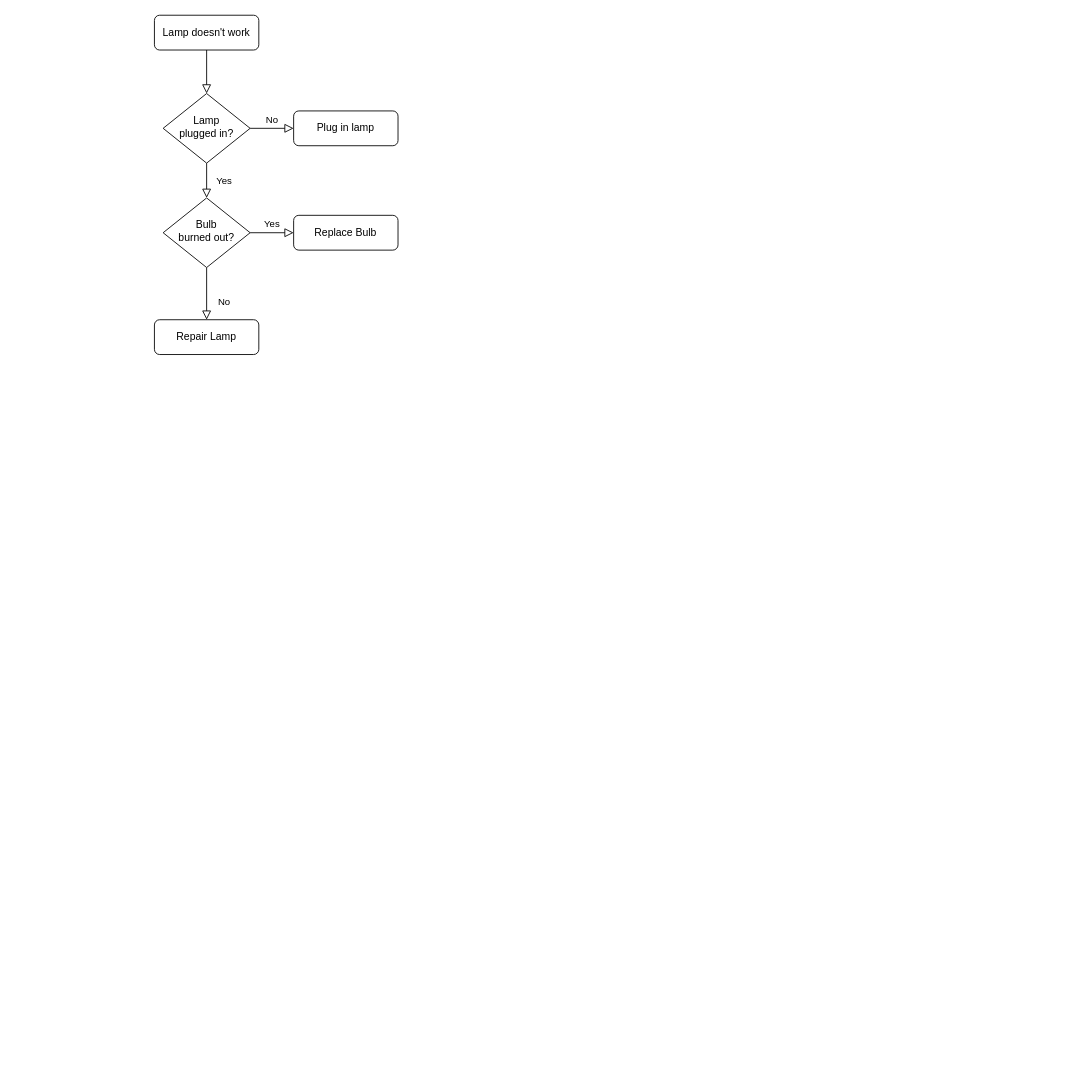
axl66696/examine-system-workflow keeps this draw.io diagram as 未命名绘图.drawio. Above is the earlier version. Source tidied: cells renumbered, new cells numbered last; positions are measured from the earlier drawing's top-left corner, leaving out a move shared by most shapes. Both pictures are drawn from the tidied source at 87%, with x=0, y=0 at pixel (154, 15).
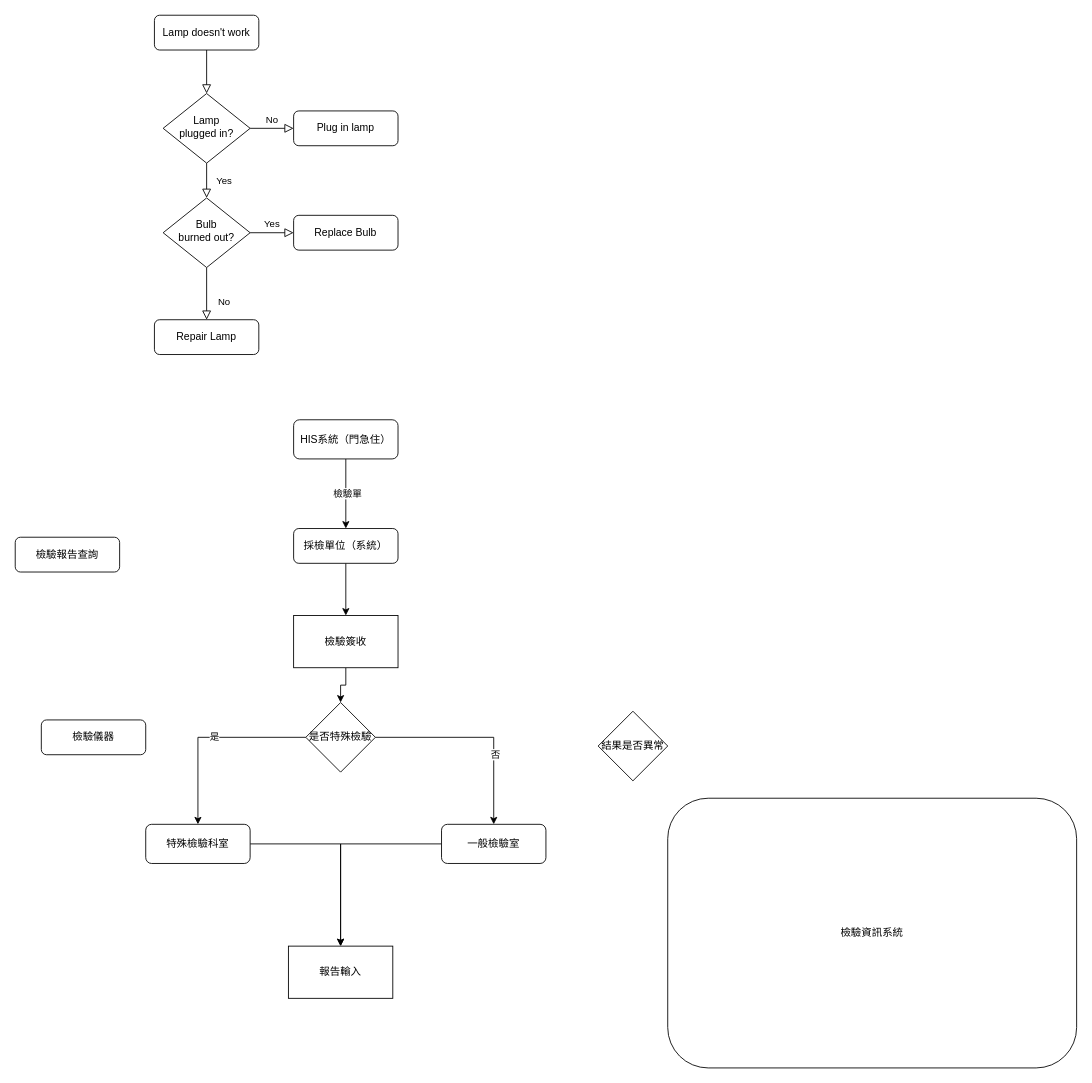
After the change.

What changed in the source:
```diff
@@
+    <mxCell id="13" style="edgeStyle=orthogonalEdgeStyle;rounded=0;jettySize=auto;html=1;entryX=0.5;entryY=0;entryDx=0;entryDy=0;" parent="1" edge="1" source="15" target="17">
+      <mxGeometry relative="1" as="geometry" />
+    </mxCell>
+    <mxCell id="14" value="檢驗單" style="edgeLabel;html=1;align=center;verticalAlign=middle;" parent="13" vertex="1">
+      <mxGeometry x="-0.03" y="1" relative="1" as="geometry" />
+    </mxCell>
+    <mxCell id="15" value="HIS系統（門急住）" style="rounded=1;whiteSpace=wrap;html=1;fontSize=12;glass=0;strokeWidth=1;shadow=0;" parent="1" vertex="1">
+      <mxGeometry x="160" y="465" width="120" height="45" as="geometry" />
+    </mxCell>
+    <mxCell id="16" style="edgeStyle=orthogonalEdgeStyle;rounded=0;jettySize=auto;html=1;entryX=0.5;entryY=0;entryDx=0;entryDy=0;" parent="1" edge="1" source="17" target="21">
+      <mxGeometry relative="1" as="geometry" />
+    </mxCell>
+    <mxCell id="17" value="採檢單位（系統）" style="rounded=1;whiteSpace=wrap;html=1;fontSize=12;glass=0;strokeWidth=1;shadow=0;" parent="1" vertex="1">
+      <mxGeometry x="160" y="590" width="120" height="40" as="geometry" />
+    </mxCell>
+    <mxCell id="18" value="檢驗資訊系統" style="rounded=1;whiteSpace=wrap;html=1;fontSize=12;glass=0;strokeWidth=1;shadow=0;" parent="1" vertex="1">
+      <mxGeometry x="590" y="900" width="470" height="310" as="geometry" />
+    </mxCell>
+    <mxCell id="19" value="檢驗儀器" style="rounded=1;whiteSpace=wrap;html=1;fontSize=12;glass=0;strokeWidth=1;shadow=0;" parent="1" vertex="1">
+      <mxGeometry x="-130" y="810" width="120" height="40" as="geometry" />
+    </mxCell>
+    <mxCell id="20" style="edgeStyle=orthogonalEdgeStyle;rounded=0;jettySize=auto;html=1;" parent="1" edge="1" source="21" target="29">
+      <mxGeometry relative="1" as="geometry" />
+    </mxCell>
+    <mxCell id="21" value="檢驗簽收" style="rounded=0;whiteSpace=wrap;html=1;" parent="1" vertex="1">
+      <mxGeometry x="160" y="690" width="120" height="60" as="geometry" />
+    </mxCell>
+    <mxCell id="22" value="報告輸入" style="rounded=0;whiteSpace=wrap;html=1;" parent="1" vertex="1">
+      <mxGeometry x="154" y="1070" width="120" height="60" as="geometry" />
+    </mxCell>
+    <mxCell id="23" value="結果是否異常" style="rhombus;whiteSpace=wrap;html=1;" parent="1" vertex="1">
+      <mxGeometry x="510" y="800" width="80" height="80" as="geometry" />
+    </mxCell>
+    <mxCell id="24" value="檢驗報告查詢" style="rounded=1;whiteSpace=wrap;html=1;fontSize=12;glass=0;strokeWidth=1;shadow=0;" parent="1" vertex="1">
+      <mxGeometry x="-160" y="600" width="120" height="40" as="geometry" />
+    </mxCell>
+    <mxCell id="25" style="edgeStyle=orthogonalEdgeStyle;rounded=0;jettySize=auto;html=1;" parent="1" edge="1" source="29" target="33">
+      <mxGeometry relative="1" as="geometry" />
+    </mxCell>
+    <mxCell id="26" value="是" style="edgeLabel;html=1;align=center;verticalAlign=middle;" parent="25" vertex="1">
+      <mxGeometry x="-0.05" y="-1" relative="1" as="geometry" />
+    </mxCell>
+    <mxCell id="27" style="edgeStyle=orthogonalEdgeStyle;rounded=0;jettySize=auto;html=1;" parent="1" edge="1" source="29" target="31">
+      <mxGeometry relative="1" as="geometry" />
+    </mxCell>
+    <mxCell id="28" value="否" style="edgeLabel;html=1;align=center;verticalAlign=middle;" parent="27" vertex="1">
+      <mxGeometry x="0.31" y="1" relative="1" as="geometry" />
+    </mxCell>
+    <mxCell id="29" value="是否特殊檢驗" style="rhombus;whiteSpace=wrap;html=1;" parent="1" vertex="1">
+      <mxGeometry x="174" y="790" width="80" height="80" as="geometry" />
+    </mxCell>
+    <mxCell id="30" style="edgeStyle=orthogonalEdgeStyle;rounded=0;jettySize=auto;html=1;entryX=0.5;entryY=0;entryDx=0;entryDy=0;" parent="1" edge="1" source="31" target="22">
+      <mxGeometry relative="1" as="geometry" />
+    </mxCell>
+    <mxCell id="31" value="一般檢驗室" style="rounded=1;whiteSpace=wrap;html=1;fontSize=12;glass=0;strokeWidth=1;shadow=0;" parent="1" vertex="1">
+      <mxGeometry x="330" y="930" width="120" height="45" as="geometry" />
+    </mxCell>
+    <mxCell id="32" style="edgeStyle=orthogonalEdgeStyle;rounded=0;jettySize=auto;html=1;" parent="1" edge="1" source="33" target="22">
+      <mxGeometry relative="1" as="geometry" />
+    </mxCell>
+    <mxCell id="33" value="特殊檢驗科室" style="rounded=1;whiteSpace=wrap;html=1;fontSize=12;glass=0;strokeWidth=1;shadow=0;" parent="1" vertex="1">
+      <mxGeometry x="-10" y="930" width="120" height="45" as="geometry" />
+    </mxCell>
```
